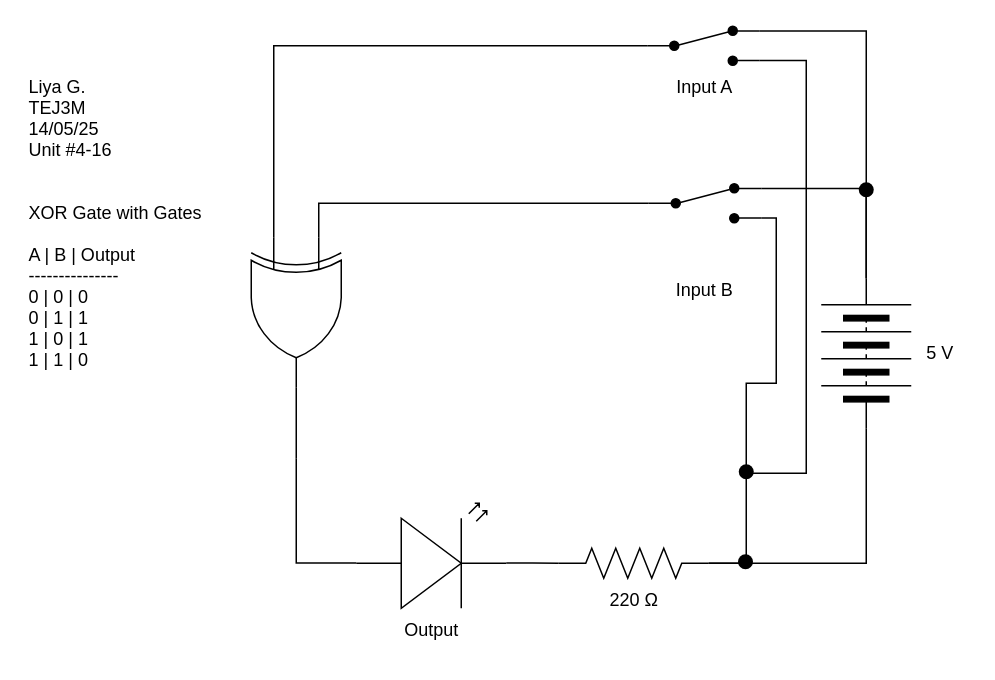
Before: Unit 4-16/4-16.drawio in Liya-Getachew/TEJ3M-Unit4, a draw.io diagram. Source tidied: cells renumbered, new cells numbered last; positions are measured from the earlier drawing's top-left corner, leaving out a move shared by most shapes. Both pictures are drawn from the tidied source at 150%, with x=0, y=0 at pixel (26, 26).
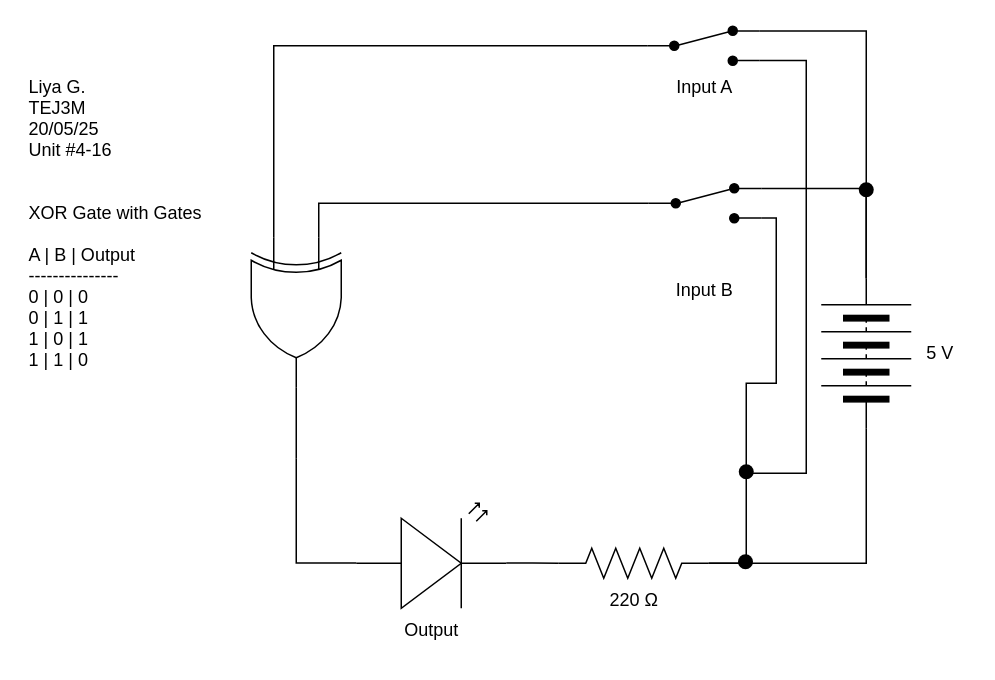
The same diagram, later.

Change to the diagram source:
```diff
@@
-    <mxCell id="14" value="Liya G.&#10;TEJ3M&#10;14/05/25&#10;Unit #4-16" style="text;align=left;verticalAlign=middle;strokeColor=none;fillColor=none;" parent="1" vertex="1">
+    <mxCell id="14" value="Liya G.&#10;TEJ3M&#10;20/05/25&#10;Unit #4-16" style="text;align=left;verticalAlign=middle;strokeColor=none;fillColor=none;" parent="1" vertex="1">
       <mxGeometry y="26" width="80" height="70" as="geometry" />
     </mxCell>
```
